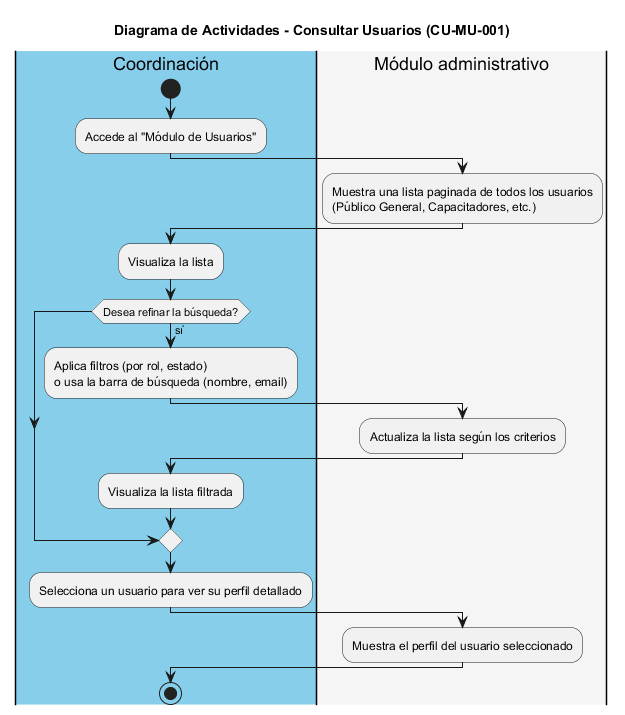
Above: img/CU-MU-001_Consultar_Usuarios.png in iKinoo/baby-salesforce-admin-module (PlantUML), before the change. The source it was exported from:
```plantuml
@startuml
title Diagrama de Actividades - Consultar Usuarios (CU-MU-001)

|#skyblue|Coordinación|
start
:Accede al "Módulo de Usuarios";

|#whitesmoke|Módulo administrativo|
:Muestra una lista paginada de todos los usuarios
(Público General, Capacitadores, etc.);

|#skyblue|Coordinación|
:Visualiza la lista;
if (Desea refinar la búsqueda?) then (sí)
  :Aplica filtros (por rol, estado)
  o usa la barra de búsqueda (nombre, email);
  |#whitesmoke|Módulo administrativo|
  :Actualiza la lista según los criterios;
  |#skyblue|Coordinación|
  :Visualiza la lista filtrada;
endif
:Selecciona un usuario para ver su perfil detallado;
|#whitesmoke|Módulo administrativo|
:Muestra el perfil del usuario seleccionado;
|#skyblue|Coordinación|
stop
@enduml
```
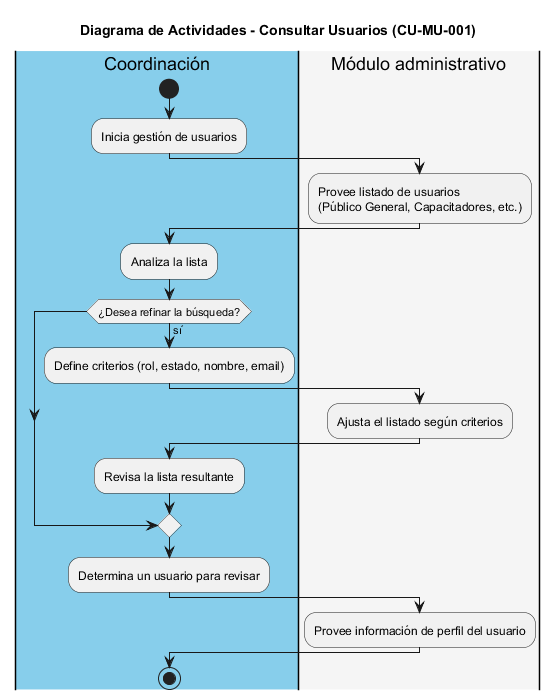
Later version of the same file.

The edit, as a diff of the source:
```diff
@@ -1,27 +1,26 @@
-@startuml
+@startuml CU-MU-001_Consultar_Usuarios
 title Diagrama de Actividades - Consultar Usuarios (CU-MU-001)
 
 |#skyblue|Coordinación|
 start
-:Accede al "Módulo de Usuarios";
+:Inicia gestión de usuarios;
 
 |#whitesmoke|Módulo administrativo|
-:Muestra una lista paginada de todos los usuarios
+:Provee listado de usuarios
 (Público General, Capacitadores, etc.);
 
 |#skyblue|Coordinación|
-:Visualiza la lista;
-if (Desea refinar la búsqueda?) then (sí)
-  :Aplica filtros (por rol, estado)
-  o usa la barra de búsqueda (nombre, email);
+:Analiza la lista;
+if (¿Desea refinar la búsqueda?) then (sí)
+  :Define criterios (rol, estado, nombre, email);
   |#whitesmoke|Módulo administrativo|
-  :Actualiza la lista según los criterios;
+  :Ajusta el listado según criterios;
   |#skyblue|Coordinación|
-  :Visualiza la lista filtrada;
+  :Revisa la lista resultante;
 endif
-:Selecciona un usuario para ver su perfil detallado;
+:Determina un usuario para revisar;
 |#whitesmoke|Módulo administrativo|
-:Muestra el perfil del usuario seleccionado;
+:Provee información de perfil del usuario;
 |#skyblue|Coordinación|
 stop
 @enduml
```
